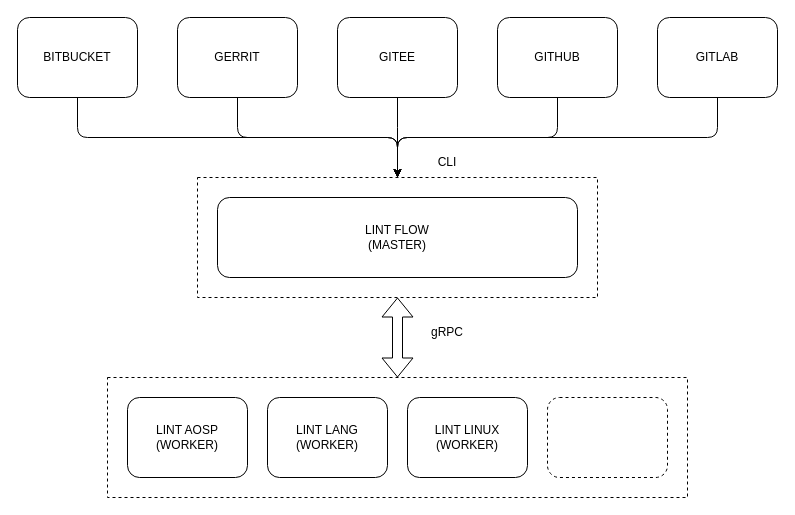
This is design.drawio from devops-lintflow/lintwork, a draw.io file, before an edit. Source tidied: cells renumbered, new cells numbered last; positions are measured from the earlier drawing's top-left corner, leaving out a move shared by most shapes. Both pictures are drawn from the tidied source at 100%, with x=0, y=0 at pixel (17, 17).
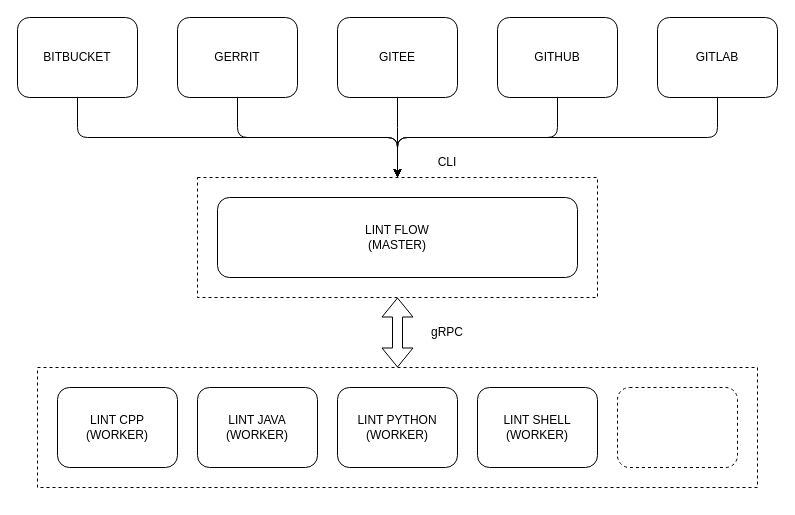
Above is the later version.

Change to the diagram source:
```diff
@@
     <mxCell id="3" style="rounded=0;whiteSpace=wrap;html=1;dashed=1;" parent="1" vertex="1">
-      <mxGeometry x="90" y="360" width="580" height="120" as="geometry" />
+      <mxGeometry x="20" y="350" width="720" height="120" as="geometry" />
     </mxCell>
@@
-    <mxCell id="13" value="LINT LANG&lt;br&gt;(WORKER)" style="rounded=1;whiteSpace=wrap;html=1;" parent="1" vertex="1">
-      <mxGeometry x="250" y="380" width="120" height="80" as="geometry" />
+    <mxCell id="13" value="LINT JAVA&lt;br&gt;(WORKER)" style="rounded=1;whiteSpace=wrap;html=1;" parent="1" vertex="1">
+      <mxGeometry x="180" y="370" width="120" height="80" as="geometry" />
     </mxCell>
     <mxCell id="14" style="rounded=1;whiteSpace=wrap;html=1;dashed=1;" parent="1" vertex="1">
-      <mxGeometry x="530" y="380" width="120" height="80" as="geometry" />
+      <mxGeometry x="600" y="370" width="120" height="80" as="geometry" />
     </mxCell>
@@
-    <mxCell id="18" value="LINT LINUX&lt;br&gt;(WORKER)" style="rounded=1;whiteSpace=wrap;html=1;" parent="1" vertex="1">
-      <mxGeometry x="390" y="380" width="120" height="80" as="geometry" />
+    <mxCell id="18" value="LINT PYTHON&lt;br&gt;(WORKER)" style="rounded=1;whiteSpace=wrap;html=1;" parent="1" vertex="1">
+      <mxGeometry x="320" y="370" width="120" height="80" as="geometry" />
     </mxCell>
-    <mxCell id="19" value="LINT AOSP&lt;br&gt;(WORKER)" style="rounded=1;whiteSpace=wrap;html=1;" parent="1" vertex="1">
-      <mxGeometry x="110" y="380" width="120" height="80" as="geometry" />
+    <mxCell id="19" value="LINT CPP&lt;br&gt;(WORKER)" style="rounded=1;whiteSpace=wrap;html=1;" parent="1" vertex="1">
+      <mxGeometry x="40" y="370" width="120" height="80" as="geometry" />
     </mxCell>
@@
+    <mxCell id="22" value="LINT SHELL&lt;br&gt;(WORKER)" style="rounded=1;whiteSpace=wrap;html=1;" parent="1" vertex="1">
+      <mxGeometry x="460" y="370" width="120" height="80" as="geometry" />
+    </mxCell>
```
